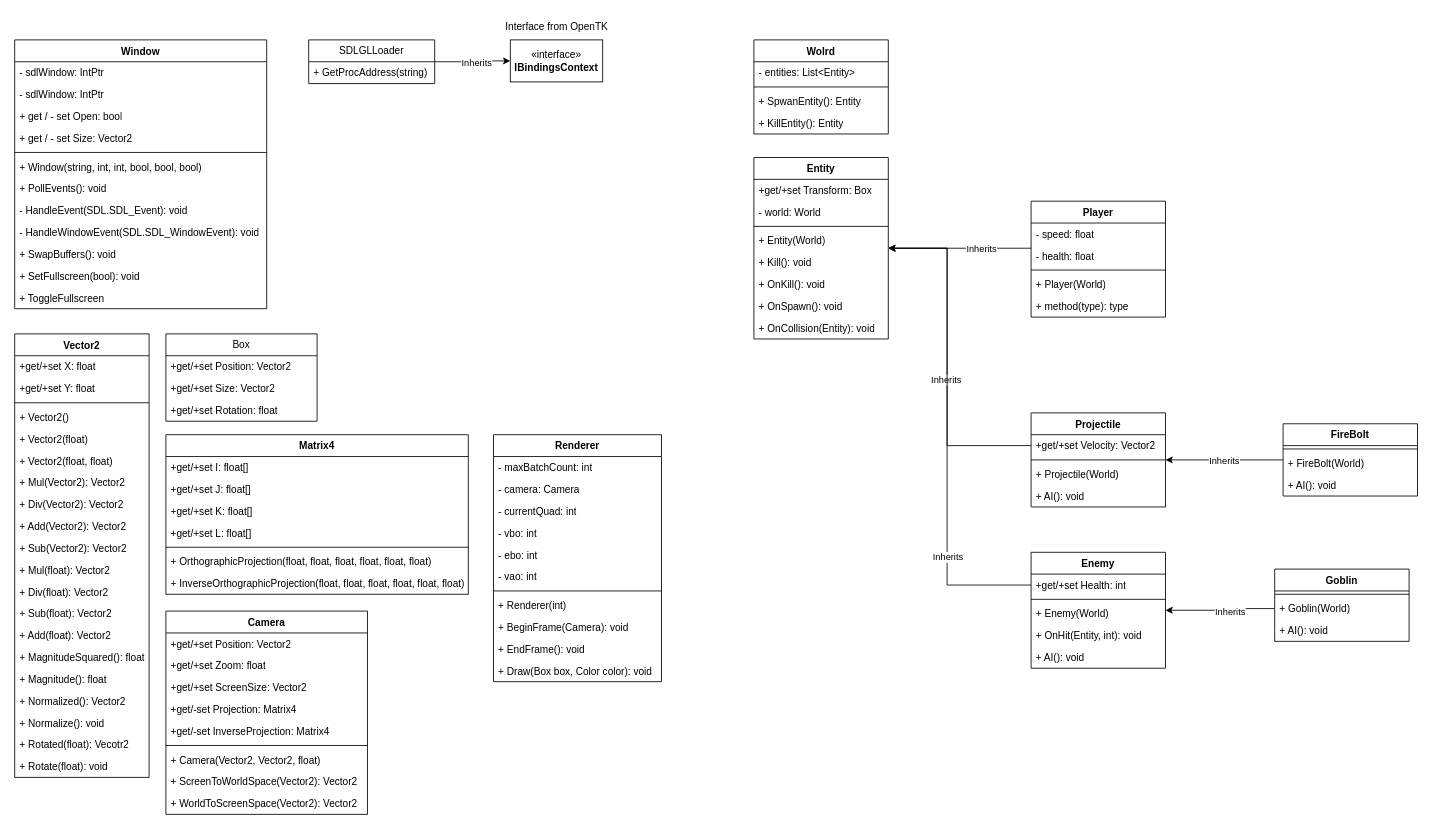
Above: UML.drawio in faintforge/bullet-hell (draw.io), before the change. Source tidied: cells renumbered, new cells numbered last; positions are measured from the earlier drawing's top-left corner, leaving out a move shared by most shapes. Both pictures are drawn from the tidied source at 84%, with x=0, y=0 at pixel (14, 14).
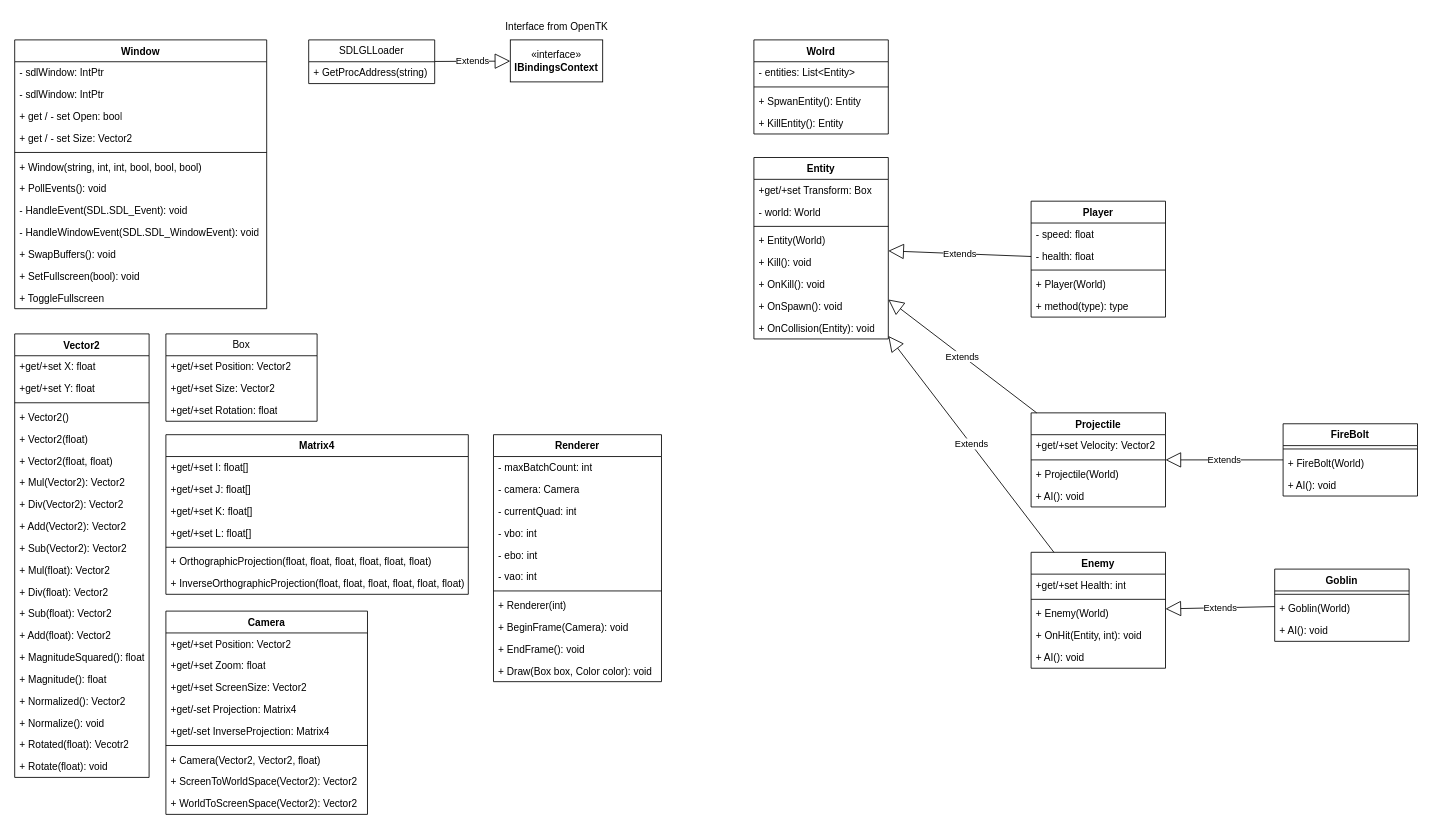
Above is the later version.

The change refers to these unchanged cells:
```xml
<mxCell id="17" value="SDLGLLoader" style="swimlane;fontStyle=0;horizontal=1;startSize=26;fillColor=none;whiteSpace=wrap;html=1;" parent="1" vertex="1">
  <mxGeometry x="350" y="30" width="150" height="52" as="geometry" />
</mxCell>
<mxCell id="19" value="«interface»&lt;br&gt;&lt;b&gt;IBindingsContext&lt;/b&gt;" style="html=1;whiteSpace=wrap;" parent="1" vertex="1">
  <mxGeometry x="590" y="30" width="110" height="50" as="geometry" />
</mxCell>
<mxCell id="81" value="Entity" style="swimlane;fontStyle=1;align=center;verticalAlign=top;horizontal=1;startSize=26;whiteSpace=wrap;html=1;" parent="1" vertex="1">
  <mxGeometry x="880" y="170" width="160" height="216" as="geometry" />
</mxCell>
<mxCell id="92" value="Player" style="swimlane;fontStyle=1;align=center;verticalAlign=top;horizontal=1;startSize=26;whiteSpace=wrap;html=1;" parent="1" vertex="1">
  <mxGeometry x="1210" y="222" width="160" height="138" as="geometry" />
</mxCell>
<mxCell id="98" value="Projectile" style="swimlane;fontStyle=1;align=center;verticalAlign=top;horizontal=1;startSize=26;whiteSpace=wrap;html=1;" parent="1" vertex="1">
  <mxGeometry x="1210" y="474" width="160" height="112" as="geometry" />
</mxCell>
<mxCell id="99" value="+get/+set Velocity: Vector2" style="text;strokeColor=none;fillColor=none;align=left;verticalAlign=top;spacingLeft=4;spacingRight=4;overflow=hidden;points=[[0,0.5],[1,0.5]];portConstraint=eastwest;whiteSpace=wrap;html=1;" parent="98" vertex="1">
  <mxGeometry y="26" width="160" height="26" as="geometry" />
</mxCell>
<mxCell id="105" value="Enemy" style="swimlane;fontStyle=1;align=center;verticalAlign=top;horizontal=1;startSize=26;whiteSpace=wrap;html=1;" parent="1" vertex="1">
  <mxGeometry x="1210" y="640" width="160" height="138" as="geometry" />
</mxCell>
<mxCell id="106" value="+get/+set Health: int" style="text;strokeColor=none;fillColor=none;align=left;verticalAlign=top;spacingLeft=4;spacingRight=4;overflow=hidden;points=[[0,0.5],[1,0.5]];portConstraint=eastwest;whiteSpace=wrap;html=1;" parent="105" vertex="1">
  <mxGeometry y="26" width="160" height="26" as="geometry" />
</mxCell>
<mxCell id="115" value="FireBolt" style="swimlane;fontStyle=1;align=center;verticalAlign=top;horizontal=1;startSize=26;whiteSpace=wrap;html=1;" parent="1" vertex="1">
  <mxGeometry x="1510" y="487" width="160" height="86" as="geometry" />
</mxCell>
<mxCell id="119" value="Goblin" style="swimlane;fontStyle=1;align=center;verticalAlign=top;horizontal=1;startSize=26;whiteSpace=wrap;html=1;" parent="1" vertex="1">
  <mxGeometry x="1500" y="660" width="160" height="86" as="geometry" />
</mxCell>
<mxCell id="121" value="+ Goblin(World)" style="text;strokeColor=none;fillColor=none;align=left;verticalAlign=top;spacingLeft=4;spacingRight=4;overflow=hidden;points=[[0,0.5],[1,0.5]];portConstraint=eastwest;whiteSpace=wrap;html=1;" parent="119" vertex="1">
  <mxGeometry y="34" width="160" height="26" as="geometry" />
</mxCell>
```

Change to the diagram source:
```diff
@@
-    <mxCell id="15" style="edgeStyle=orthogonalEdgeStyle;rounded=0;jettySize=auto;html=1;exitX=1;exitY=0.5;exitDx=0;exitDy=0;entryX=0;entryY=0.5;entryDx=0;entryDy=0;" parent="1" edge="1" source="17" target="19">
-      <mxGeometry relative="1" as="geometry" />
-    </mxCell>
-    <mxCell id="16" value="Inherits" style="edgeLabel;html=1;align=center;verticalAlign=middle;" parent="15" vertex="1">
-      <mxGeometry x="0.1" y="-2" relative="1" as="geometry">
-        <mxPoint y="-1" as="offset" />
-      </mxGeometry>
-    </mxCell>
@@
-    <mxCell id="90" style="edgeStyle=orthogonalEdgeStyle;rounded=0;jettySize=auto;html=1;" parent="1" edge="1" source="92" target="81">
-      <mxGeometry relative="1" as="geometry">
-        <Array as="points">
-          <mxPoint x="1170" y="278" />
-          <mxPoint x="1170" y="278" />
-        </Array>
-      </mxGeometry>
-    </mxCell>
-    <mxCell id="91" value="Inherits" style="edgeLabel;html=1;align=center;verticalAlign=middle;" parent="90" vertex="1">
-      <mxGeometry x="-0.08" y="3" relative="1" as="geometry">
-        <mxPoint x="18" y="-3" as="offset" />
-      </mxGeometry>
-    </mxCell>
@@
-    <mxCell id="103" style="edgeStyle=orthogonalEdgeStyle;rounded=0;jettySize=auto;html=1;" parent="1" edge="1" source="99" target="81">
-      <mxGeometry relative="1" as="geometry">
-        <Array as="points">
-          <mxPoint x="1110" y="513" />
-          <mxPoint x="1110" y="278" />
-        </Array>
-      </mxGeometry>
-    </mxCell>
-    <mxCell id="104" value="Inherits" style="edgeLabel;html=1;align=center;verticalAlign=middle;" parent="103" vertex="1">
-      <mxGeometry x="-0.1" y="2" relative="1" as="geometry">
-        <mxPoint y="3" as="offset" />
-      </mxGeometry>
-    </mxCell>
@@
-    <mxCell id="111" style="edgeStyle=orthogonalEdgeStyle;rounded=0;jettySize=auto;html=1;" parent="1" edge="1" source="106" target="81">
-      <mxGeometry relative="1" as="geometry">
-        <Array as="points">
-          <mxPoint x="1110" y="679" />
-          <mxPoint x="1110" y="278" />
-        </Array>
-      </mxGeometry>
-    </mxCell>
-    <mxCell id="112" value="Inherits" style="edgeLabel;html=1;align=center;verticalAlign=middle;" parent="111" vertex="1">
-      <mxGeometry x="-0.53" relative="1" as="geometry" />
-    </mxCell>
-    <mxCell id="113" style="edgeStyle=orthogonalEdgeStyle;rounded=0;jettySize=auto;html=1;" parent="1" edge="1" source="115" target="98">
-      <mxGeometry relative="1" as="geometry" />
-    </mxCell>
-    <mxCell id="114" value="Inherits" style="edgeLabel;html=1;align=center;verticalAlign=middle;" parent="113" vertex="1">
-      <mxGeometry x="0.02" relative="1" as="geometry" />
-    </mxCell>
@@
-    <mxCell id="123" style="edgeStyle=orthogonalEdgeStyle;rounded=0;jettySize=auto;html=1;" parent="1" edge="1" source="121" target="105">
-      <mxGeometry relative="1" as="geometry" />
-    </mxCell>
-    <mxCell id="124" value="Inherits" style="edgeLabel;html=1;align=center;verticalAlign=middle;" parent="123" vertex="1">
-      <mxGeometry x="-0.18" y="3" relative="1" as="geometry" />
-    </mxCell>
+    <mxCell id="90" value="Extends" style="endArrow=block;endSize=16;endFill=0;html=1;rounded=0;" parent="1" edge="1" source="92" target="81">
+      <mxGeometry relative="1" as="geometry" />
+    </mxCell>
+    <mxCell id="125" value="Extends" style="endArrow=block;endSize=16;endFill=0;html=1;rounded=0;" parent="1" edge="1" source="98" target="81">
+      <mxGeometry relative="1" as="geometry" />
+    </mxCell>
+    <mxCell id="126" value="Extends" style="endArrow=block;endSize=16;endFill=0;html=1;rounded=0;" parent="1" edge="1" source="105" target="81">
+      <mxGeometry relative="1" as="geometry" />
+    </mxCell>
+    <mxCell id="113" value="Extends" style="endArrow=block;endSize=16;endFill=0;html=1;rounded=0;" parent="1" edge="1" source="115" target="98">
+      <mxGeometry relative="1" as="geometry" />
+    </mxCell>
+    <mxCell id="127" value="Extends" style="endArrow=block;endSize=16;endFill=0;html=1;rounded=0;" parent="1" edge="1" source="119" target="105">
+      <mxGeometry relative="1" as="geometry" />
+    </mxCell>
+    <mxCell id="15" value="Extends" style="endArrow=block;endSize=16;endFill=0;html=1;rounded=0;" parent="1" edge="1" source="17" target="19">
+      <mxGeometry relative="1" as="geometry" />
+    </mxCell>
```
